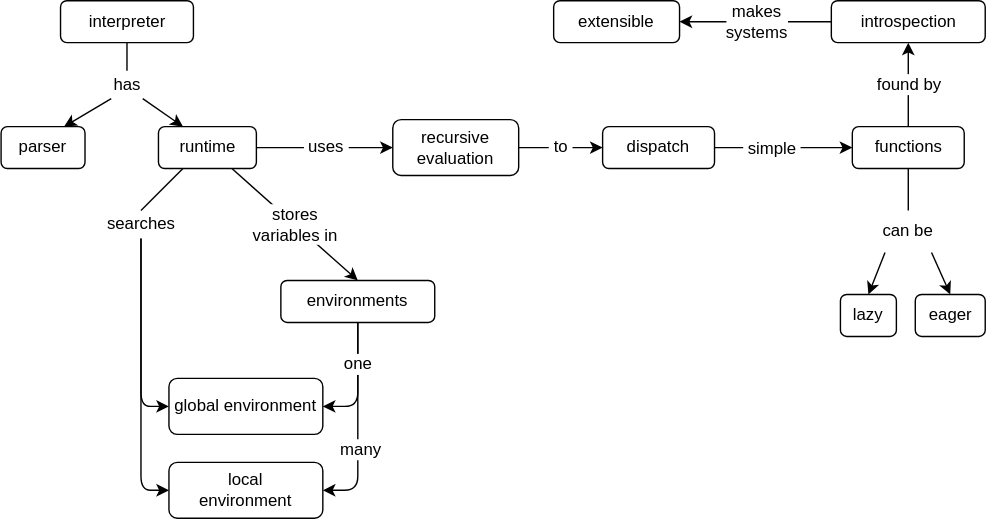
Before: sdxpy/interp/concept_map.svg, a diagram exported from draw.io (gvwilson/thirdbit). Source tidied: cells renumbered, new cells last; positions are measured from the earlier drawing's top-left corner, leaving out a move shared by most shapes.
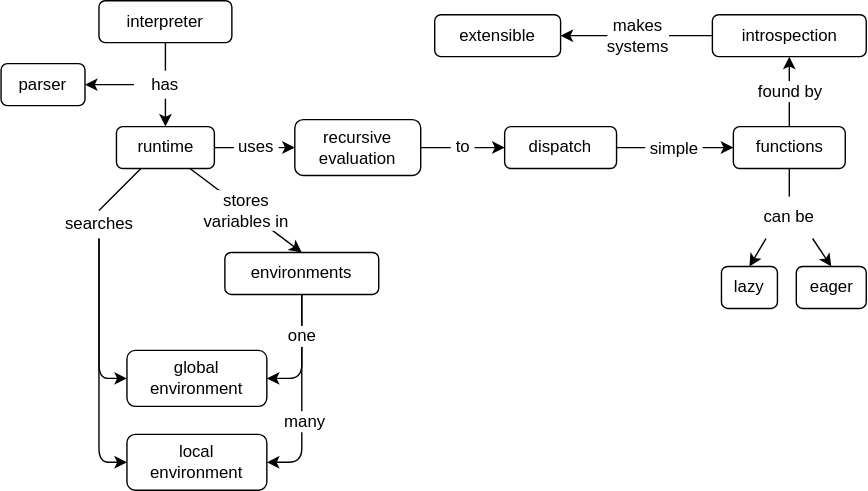
The same diagram one commit later.

The edit, as a diff of the source:
```diff
@@ -2,127 +2,127 @@
   <root>
     <mxCell id="0" />
     <mxCell id="1" parent="0" />
-    <mxCell id="2" value="parser" style="text;html=1;strokeColor=default;fillColor=none;align=center;verticalAlign=middle;whiteSpace=wrap;rounded=1;sketch=0;hachureGap=4;fontFamily=Verdana;fontSize=12;" parent="1" vertex="1">
-      <mxGeometry y="90" width="60" height="30" as="geometry" />
+    <mxCell id="2" value="parser" style="text;html=1;strokeColor=default;fillColor=none;align=center;verticalAlign=middle;whiteSpace=wrap;rounded=1;sketch=0;hachureGap=4;fontFamily=Helvetica;fontSize=12;" parent="1" vertex="1">
+      <mxGeometry x="30" y="75" width="60" height="30" as="geometry" />
     </mxCell>
-    <mxCell id="3" value="runtime" style="text;html=1;strokeColor=default;fillColor=none;align=center;verticalAlign=middle;whiteSpace=wrap;rounded=1;sketch=0;hachureGap=4;fontFamily=Verdana;fontSize=12;" parent="1" vertex="1">
-      <mxGeometry x="112.5" y="90" width="70" height="30" as="geometry" />
+    <mxCell id="3" value="runtime" style="text;html=1;strokeColor=default;fillColor=none;align=center;verticalAlign=middle;whiteSpace=wrap;rounded=1;sketch=0;hachureGap=4;fontFamily=Helvetica;fontSize=12;" parent="1" vertex="1">
+      <mxGeometry x="112.5" y="120" width="70" height="30" as="geometry" />
     </mxCell>
-    <mxCell id="4" value="interpreter" style="text;html=1;strokeColor=default;fillColor=none;align=center;verticalAlign=middle;whiteSpace=wrap;rounded=1;sketch=0;hachureGap=4;fontFamily=Verdana;fontSize=12;" parent="1" vertex="1">
-      <mxGeometry x="42.5" width="95" height="30" as="geometry" />
+    <mxCell id="4" value="interpreter" style="text;html=1;strokeColor=default;fillColor=none;align=center;verticalAlign=middle;whiteSpace=wrap;rounded=1;sketch=0;hachureGap=4;fontFamily=Helvetica;fontSize=12;" parent="1" vertex="1">
+      <mxGeometry x="100" y="30" width="95" height="30" as="geometry" />
     </mxCell>
-    <mxCell id="5" value="recursive evaluation" style="text;html=1;strokeColor=default;fillColor=none;align=center;verticalAlign=middle;whiteSpace=wrap;rounded=1;sketch=0;hachureGap=4;fontFamily=Verdana;fontSize=12;" parent="1" vertex="1">
-      <mxGeometry x="280" y="85" width="90" height="40" as="geometry" />
+    <mxCell id="5" value="recursive evaluation" style="text;html=1;strokeColor=default;fillColor=none;align=center;verticalAlign=middle;whiteSpace=wrap;rounded=1;sketch=0;hachureGap=4;fontFamily=Helvetica;fontSize=12;" parent="1" vertex="1">
+      <mxGeometry x="240" y="115" width="90" height="40" as="geometry" />
     </mxCell>
-    <mxCell id="6" value="dispatch" style="text;html=1;strokeColor=default;fillColor=none;align=center;verticalAlign=middle;whiteSpace=wrap;rounded=1;sketch=0;hachureGap=4;fontFamily=Verdana;fontSize=12;" parent="1" vertex="1">
-      <mxGeometry x="430" y="90" width="80" height="30" as="geometry" />
+    <mxCell id="6" value="dispatch" style="text;html=1;strokeColor=default;fillColor=none;align=center;verticalAlign=middle;whiteSpace=wrap;rounded=1;sketch=0;hachureGap=4;fontFamily=Helvetica;fontSize=12;" parent="1" vertex="1">
+      <mxGeometry x="390" y="120" width="80" height="30" as="geometry" />
     </mxCell>
-    <mxCell id="7" value="environments" style="text;html=1;strokeColor=default;fillColor=none;align=center;verticalAlign=middle;whiteSpace=wrap;rounded=1;sketch=0;hachureGap=4;fontFamily=Verdana;fontSize=12;" parent="1" vertex="1">
-      <mxGeometry x="200" y="200" width="110" height="30" as="geometry" />
+    <mxCell id="7" value="environments" style="text;html=1;strokeColor=default;fillColor=none;align=center;verticalAlign=middle;whiteSpace=wrap;rounded=1;sketch=0;hachureGap=4;fontFamily=Helvetica;fontSize=12;" parent="1" vertex="1">
+      <mxGeometry x="190" y="210" width="110" height="30" as="geometry" />
     </mxCell>
-    <mxCell id="8" value="global environment" style="text;html=1;strokeColor=default;fillColor=none;align=center;verticalAlign=middle;whiteSpace=wrap;rounded=1;sketch=0;hachureGap=4;fontFamily=Verdana;fontSize=12;" parent="1" vertex="1">
-      <mxGeometry x="120" y="270" width="110" height="40" as="geometry" />
+    <mxCell id="8" value="global environment" style="text;html=1;strokeColor=default;fillColor=none;align=center;verticalAlign=middle;whiteSpace=wrap;rounded=1;sketch=0;hachureGap=4;fontFamily=Helvetica;fontSize=12;" parent="1" vertex="1">
+      <mxGeometry x="120" y="280" width="100" height="40" as="geometry" />
     </mxCell>
-    <mxCell id="9" value="local&lt;br style=&quot;font-size: 12px;&quot;&gt;environment" style="text;html=1;strokeColor=default;fillColor=none;align=center;verticalAlign=middle;whiteSpace=wrap;rounded=1;sketch=0;hachureGap=4;fontFamily=Verdana;fontSize=12;" parent="1" vertex="1">
-      <mxGeometry x="120" y="330" width="110" height="40" as="geometry" />
+    <mxCell id="9" value="local&lt;br style=&quot;font-size: 12px;&quot;&gt;environment" style="text;html=1;strokeColor=default;fillColor=none;align=center;verticalAlign=middle;whiteSpace=wrap;rounded=1;sketch=0;hachureGap=4;fontFamily=Helvetica;fontSize=12;" parent="1" vertex="1">
+      <mxGeometry x="120" y="340" width="100" height="40" as="geometry" />
     </mxCell>
-    <mxCell id="10" value="introspection" style="text;html=1;strokeColor=default;fillColor=none;align=center;verticalAlign=middle;whiteSpace=wrap;rounded=1;sketch=0;hachureGap=4;fontFamily=Verdana;fontSize=12;" parent="1" vertex="1">
-      <mxGeometry x="593.5" width="110" height="30" as="geometry" />
+    <mxCell id="10" value="introspection" style="text;html=1;strokeColor=default;fillColor=none;align=center;verticalAlign=middle;whiteSpace=wrap;rounded=1;sketch=0;hachureGap=4;fontFamily=Helvetica;fontSize=12;" parent="1" vertex="1">
+      <mxGeometry x="538.5" y="40" width="110" height="30" as="geometry" />
     </mxCell>
-    <mxCell id="11" value="functions" style="text;html=1;strokeColor=default;fillColor=none;align=center;verticalAlign=middle;whiteSpace=wrap;rounded=1;sketch=0;hachureGap=4;fontFamily=Verdana;fontSize=12;" parent="1" vertex="1">
-      <mxGeometry x="608.5" y="90" width="80" height="30" as="geometry" />
+    <mxCell id="11" value="functions" style="text;html=1;strokeColor=default;fillColor=none;align=center;verticalAlign=middle;whiteSpace=wrap;rounded=1;sketch=0;hachureGap=4;fontFamily=Helvetica;fontSize=12;" parent="1" vertex="1">
+      <mxGeometry x="553.5" y="120" width="80" height="30" as="geometry" />
     </mxCell>
-    <mxCell id="12" value="lazy" style="text;html=1;strokeColor=default;fillColor=none;align=center;verticalAlign=middle;whiteSpace=wrap;rounded=1;sketch=0;hachureGap=4;fontFamily=Verdana;fontSize=12;" parent="1" vertex="1">
-      <mxGeometry x="600" y="210" width="40" height="30" as="geometry" />
+    <mxCell id="12" value="lazy" style="text;html=1;strokeColor=default;fillColor=none;align=center;verticalAlign=middle;whiteSpace=wrap;rounded=1;sketch=0;hachureGap=4;fontFamily=Helvetica;fontSize=12;" parent="1" vertex="1">
+      <mxGeometry x="545" y="220" width="40" height="30" as="geometry" />
     </mxCell>
-    <mxCell id="13" value="eager" style="text;html=1;strokeColor=default;fillColor=none;align=center;verticalAlign=middle;whiteSpace=wrap;rounded=1;sketch=0;hachureGap=4;fontFamily=Verdana;fontSize=12;" parent="1" vertex="1">
-      <mxGeometry x="653.5" y="210" width="50" height="30" as="geometry" />
+    <mxCell id="13" value="eager" style="text;html=1;strokeColor=default;fillColor=none;align=center;verticalAlign=middle;whiteSpace=wrap;rounded=1;sketch=0;hachureGap=4;fontFamily=Helvetica;fontSize=12;" parent="1" vertex="1">
+      <mxGeometry x="598.5" y="220" width="50" height="30" as="geometry" />
     </mxCell>
-    <mxCell id="14" value="extensible" style="text;html=1;strokeColor=default;fillColor=none;align=center;verticalAlign=middle;whiteSpace=wrap;rounded=1;sketch=0;hachureGap=4;fontFamily=Verdana;fontSize=12;" parent="1" vertex="1">
-      <mxGeometry x="395" width="90" height="30" as="geometry" />
+    <mxCell id="14" value="extensible" style="text;html=1;strokeColor=default;fillColor=none;align=center;verticalAlign=middle;whiteSpace=wrap;rounded=1;sketch=0;hachureGap=4;fontFamily=Helvetica;fontSize=12;" parent="1" vertex="1">
+      <mxGeometry x="340" y="40" width="90" height="30" as="geometry" />
     </mxCell>
-    <mxCell id="15" value="has" style="text;html=1;strokeColor=none;fillColor=none;align=center;verticalAlign=middle;whiteSpace=wrap;rounded=0;sketch=1;hachureGap=4;fontFamily=Verdana;fontSize=12;" parent="1" vertex="1">
-      <mxGeometry x="67.5" y="50" width="45" height="20" as="geometry" />
+    <mxCell id="15" value="has" style="text;html=1;strokeColor=none;fillColor=none;align=center;verticalAlign=middle;whiteSpace=wrap;rounded=0;sketch=1;hachureGap=4;fontFamily=Helvetica;fontSize=12;" parent="1" vertex="1">
+      <mxGeometry x="125" y="80" width="45" height="20" as="geometry" />
     </mxCell>
-    <mxCell id="16" style="endArrow=none;html=1;rounded=1;sketch=0;hachureGap=4;fontFamily=Verdana;fontSize=12;sourcePerimeterSpacing=8;targetPerimeterSpacing=8;entryX=0.5;entryY=1;entryDx=0;entryDy=0;exitX=0.5;exitY=0;exitDx=0;exitDy=0;" parent="1" edge="1" source="15" target="4">
+    <mxCell id="16" style="endArrow=none;html=1;rounded=1;sketch=0;hachureGap=4;fontFamily=Helvetica;fontSize=12;sourcePerimeterSpacing=8;targetPerimeterSpacing=8;entryX=0.5;entryY=1;entryDx=0;entryDy=0;exitX=0.5;exitY=0;exitDx=0;exitDy=0;" parent="1" edge="1" source="15" target="4">
       <mxGeometry relative="1" as="geometry" />
     </mxCell>
-    <mxCell id="17" style="endArrow=classic;html=1;rounded=1;sketch=0;hachureGap=4;fontFamily=Verdana;fontSize=12;sourcePerimeterSpacing=8;targetPerimeterSpacing=8;exitX=0.25;exitY=1;exitDx=0;exitDy=0;entryX=0.75;entryY=0;entryDx=0;entryDy=0;" parent="1" edge="1" source="15" target="2">
+    <mxCell id="17" style="endArrow=classic;html=1;rounded=1;sketch=0;hachureGap=4;fontFamily=Helvetica;fontSize=12;sourcePerimeterSpacing=8;targetPerimeterSpacing=8;exitX=0;exitY=0.5;exitDx=0;exitDy=0;entryX=1;entryY=0.5;entryDx=0;entryDy=0;" parent="1" edge="1" source="15" target="2">
       <mxGeometry relative="1" as="geometry" />
     </mxCell>
-    <mxCell id="18" style="endArrow=classic;html=1;rounded=1;sketch=0;hachureGap=4;fontFamily=Verdana;fontSize=12;sourcePerimeterSpacing=8;targetPerimeterSpacing=8;entryX=0.25;entryY=0;entryDx=0;entryDy=0;exitX=0.75;exitY=1;exitDx=0;exitDy=0;" parent="1" edge="1" source="15" target="3">
+    <mxCell id="18" style="endArrow=classic;html=1;rounded=1;sketch=0;hachureGap=4;fontFamily=Helvetica;fontSize=12;sourcePerimeterSpacing=8;targetPerimeterSpacing=8;entryX=0.5;entryY=0;entryDx=0;entryDy=0;exitX=0.5;exitY=1;exitDx=0;exitDy=0;" parent="1" edge="1" source="15" target="3">
       <mxGeometry relative="1" as="geometry" />
     </mxCell>
-    <mxCell id="19" value="&amp;nbsp;uses&amp;nbsp;" style="endArrow=classic;html=1;rounded=1;sketch=0;hachureGap=4;fontFamily=Verdana;fontSize=12;sourcePerimeterSpacing=8;targetPerimeterSpacing=8;exitX=1;exitY=0.5;exitDx=0;exitDy=0;entryX=0;entryY=0.5;entryDx=0;entryDy=0;" parent="1" edge="1" source="3" target="5">
+    <mxCell id="19" value="&amp;nbsp;uses&amp;nbsp;" style="endArrow=classic;html=1;rounded=1;sketch=0;hachureGap=4;fontFamily=Helvetica;fontSize=12;sourcePerimeterSpacing=8;targetPerimeterSpacing=8;exitX=1;exitY=0.5;exitDx=0;exitDy=0;entryX=0;entryY=0.5;entryDx=0;entryDy=0;" parent="1" edge="1" source="3" target="5">
       <mxGeometry relative="1" as="geometry" />
     </mxCell>
-    <mxCell id="20" value="stores&lt;br style=&quot;font-size: 12px;&quot;&gt;variables in" style="endArrow=classic;html=1;rounded=1;sketch=0;hachureGap=4;fontFamily=Verdana;fontSize=12;sourcePerimeterSpacing=8;targetPerimeterSpacing=8;exitX=0.75;exitY=1;exitDx=0;exitDy=0;entryX=0.5;entryY=0;entryDx=0;entryDy=0;" parent="1" edge="1" source="3" target="7">
+    <mxCell id="20" value="stores&lt;br style=&quot;font-size: 12px;&quot;&gt;variables in" style="endArrow=classic;html=1;rounded=1;sketch=0;hachureGap=4;fontFamily=Helvetica;fontSize=12;sourcePerimeterSpacing=8;targetPerimeterSpacing=8;exitX=0.75;exitY=1;exitDx=0;exitDy=0;entryX=0.5;entryY=0;entryDx=0;entryDy=0;" parent="1" edge="1" source="3" target="7">
       <mxGeometry relative="1" as="geometry" />
     </mxCell>
-    <mxCell id="21" value="can be" style="text;html=1;strokeColor=none;fillColor=none;align=center;verticalAlign=middle;whiteSpace=wrap;rounded=0;sketch=1;hachureGap=4;fontFamily=Verdana;fontSize=12;" parent="1" vertex="1">
-      <mxGeometry x="615.2" y="150" width="66.5" height="30" as="geometry" />
+    <mxCell id="21" value="can be" style="text;html=1;strokeColor=none;fillColor=none;align=center;verticalAlign=middle;whiteSpace=wrap;rounded=0;sketch=1;hachureGap=4;fontFamily=Helvetica;fontSize=12;" parent="1" vertex="1">
+      <mxGeometry x="560.2" y="170" width="66.5" height="30" as="geometry" />
     </mxCell>
-    <mxCell id="22" style="endArrow=classic;html=1;rounded=1;sketch=0;hachureGap=4;fontFamily=Verdana;fontSize=12;sourcePerimeterSpacing=8;targetPerimeterSpacing=8;entryX=0.5;entryY=0;entryDx=0;entryDy=0;exitX=0.25;exitY=1;exitDx=0;exitDy=0;" parent="1" edge="1" source="21" target="12">
+    <mxCell id="22" style="endArrow=classic;html=1;rounded=1;sketch=0;hachureGap=4;fontFamily=Helvetica;fontSize=12;sourcePerimeterSpacing=8;targetPerimeterSpacing=8;entryX=0.5;entryY=0;entryDx=0;entryDy=0;exitX=0.25;exitY=1;exitDx=0;exitDy=0;" parent="1" edge="1" source="21" target="12">
       <mxGeometry relative="1" as="geometry" />
     </mxCell>
-    <mxCell id="23" style="endArrow=classic;html=1;rounded=1;sketch=0;hachureGap=4;fontFamily=Verdana;fontSize=12;sourcePerimeterSpacing=8;targetPerimeterSpacing=8;entryX=0.5;entryY=0;entryDx=0;entryDy=0;exitX=0.75;exitY=1;exitDx=0;exitDy=0;" parent="1" edge="1" source="21" target="13">
+    <mxCell id="23" style="endArrow=classic;html=1;rounded=1;sketch=0;hachureGap=4;fontFamily=Helvetica;fontSize=12;sourcePerimeterSpacing=8;targetPerimeterSpacing=8;entryX=0.5;entryY=0;entryDx=0;entryDy=0;exitX=0.75;exitY=1;exitDx=0;exitDy=0;" parent="1" edge="1" source="21" target="13">
       <mxGeometry relative="1" as="geometry" />
     </mxCell>
-    <mxCell id="24" value="found by" style="endArrow=classic;html=1;rounded=1;sketch=0;hachureGap=4;fontFamily=Verdana;fontSize=12;sourcePerimeterSpacing=8;targetPerimeterSpacing=8;exitX=0.5;exitY=0;exitDx=0;exitDy=0;entryX=0.5;entryY=1;entryDx=0;entryDy=0;" parent="1" edge="1" source="11" target="10">
+    <mxCell id="24" value="found by" style="endArrow=classic;html=1;rounded=1;sketch=0;hachureGap=4;fontFamily=Helvetica;fontSize=12;sourcePerimeterSpacing=8;targetPerimeterSpacing=8;exitX=0.5;exitY=0;exitDx=0;exitDy=0;entryX=0.5;entryY=1;entryDx=0;entryDy=0;" parent="1" edge="1" source="11" target="10">
       <mxGeometry relative="1" as="geometry" />
     </mxCell>
-    <mxCell id="25" value="searches" style="text;html=1;strokeColor=none;fillColor=none;align=center;verticalAlign=middle;whiteSpace=wrap;rounded=0;sketch=1;hachureGap=4;fontFamily=Verdana;fontSize=12;" parent="1" vertex="1">
-      <mxGeometry x="67.5" y="150" width="65" height="20" as="geometry" />
+    <mxCell id="25" value="searches" style="text;html=1;strokeColor=none;fillColor=none;align=center;verticalAlign=middle;whiteSpace=wrap;rounded=0;sketch=1;hachureGap=4;fontFamily=Helvetica;fontSize=12;" parent="1" vertex="1">
+      <mxGeometry x="67.5" y="180" width="65" height="20" as="geometry" />
     </mxCell>
-    <mxCell id="26" style="endArrow=none;html=1;rounded=1;sketch=0;hachureGap=4;fontFamily=Verdana;fontSize=12;sourcePerimeterSpacing=8;targetPerimeterSpacing=8;entryX=0.25;entryY=1;entryDx=0;entryDy=0;exitX=0.5;exitY=0;exitDx=0;exitDy=0;" parent="1" edge="1" source="25" target="3">
+    <mxCell id="26" style="endArrow=none;html=1;rounded=1;sketch=0;hachureGap=4;fontFamily=Helvetica;fontSize=12;sourcePerimeterSpacing=8;targetPerimeterSpacing=8;entryX=0.25;entryY=1;entryDx=0;entryDy=0;exitX=0.5;exitY=0;exitDx=0;exitDy=0;" parent="1" edge="1" source="25" target="3">
       <mxGeometry relative="1" as="geometry" />
     </mxCell>
-    <mxCell id="27" style="endArrow=classic;html=1;rounded=1;sketch=0;hachureGap=4;fontFamily=Verdana;fontSize=12;sourcePerimeterSpacing=8;targetPerimeterSpacing=8;entryX=0;entryY=0.5;entryDx=0;entryDy=0;exitX=0.5;exitY=1;exitDx=0;exitDy=0;" parent="1" edge="1" source="25" target="8">
+    <mxCell id="27" style="endArrow=classic;html=1;rounded=1;sketch=0;hachureGap=4;fontFamily=Helvetica;fontSize=12;sourcePerimeterSpacing=8;targetPerimeterSpacing=8;entryX=0;entryY=0.5;entryDx=0;entryDy=0;exitX=0.5;exitY=1;exitDx=0;exitDy=0;" parent="1" edge="1" source="25" target="8">
       <mxGeometry relative="1" as="geometry">
         <Array as="points">
-          <mxPoint x="100" y="290" />
+          <mxPoint x="100" y="300" />
         </Array>
       </mxGeometry>
     </mxCell>
-    <mxCell id="28" style="endArrow=classic;html=1;rounded=1;sketch=0;hachureGap=4;fontFamily=Verdana;fontSize=12;sourcePerimeterSpacing=8;targetPerimeterSpacing=8;exitX=0.5;exitY=1;exitDx=0;exitDy=0;entryX=0;entryY=0.5;entryDx=0;entryDy=0;" parent="1" edge="1" source="25" target="9">
+    <mxCell id="28" style="endArrow=classic;html=1;rounded=1;sketch=0;hachureGap=4;fontFamily=Helvetica;fontSize=12;sourcePerimeterSpacing=8;targetPerimeterSpacing=8;exitX=0.5;exitY=1;exitDx=0;exitDy=0;entryX=0;entryY=0.5;entryDx=0;entryDy=0;" parent="1" edge="1" source="25" target="9">
       <mxGeometry relative="1" as="geometry">
         <Array as="points">
-          <mxPoint x="100" y="350" />
+          <mxPoint x="100" y="360" />
         </Array>
       </mxGeometry>
     </mxCell>
-    <mxCell id="29" style="endArrow=classic;html=1;rounded=1;sketch=0;hachureGap=4;fontFamily=Verdana;fontSize=12;sourcePerimeterSpacing=8;targetPerimeterSpacing=8;exitX=0.5;exitY=1;exitDx=0;exitDy=0;entryX=1;entryY=0.5;entryDx=0;entryDy=0;" parent="1" edge="1" source="7" target="9">
+    <mxCell id="29" style="endArrow=classic;html=1;rounded=1;sketch=0;hachureGap=4;fontFamily=Helvetica;fontSize=12;sourcePerimeterSpacing=8;targetPerimeterSpacing=8;exitX=0.5;exitY=1;exitDx=0;exitDy=0;entryX=1;entryY=0.5;entryDx=0;entryDy=0;" parent="1" edge="1" source="7" target="9">
       <mxGeometry relative="1" as="geometry">
         <Array as="points">
-          <mxPoint x="255" y="350" />
+          <mxPoint x="245" y="360" />
         </Array>
       </mxGeometry>
     </mxCell>
-    <mxCell id="30" value="many" style="edgeLabel;html=1;align=center;verticalAlign=middle;fontSize=12;fontFamily=Verdana;" parent="29" vertex="1">
+    <mxCell id="30" value="many" style="edgeLabel;html=1;align=center;verticalAlign=middle;fontSize=12;fontFamily=Helvetica;" parent="29" vertex="1">
       <mxGeometry x="0.24" y="1" relative="1" as="geometry" />
     </mxCell>
-    <mxCell id="31" value="one" style="endArrow=classic;html=1;rounded=1;sketch=0;hachureGap=4;fontFamily=Verdana;fontSize=12;sourcePerimeterSpacing=8;targetPerimeterSpacing=8;entryX=1;entryY=0.5;entryDx=0;entryDy=0;exitX=0.5;exitY=1;exitDx=0;exitDy=0;" parent="1" edge="1" source="7" target="8">
+    <mxCell id="31" value="one" style="endArrow=classic;html=1;rounded=1;sketch=0;hachureGap=4;fontFamily=Helvetica;fontSize=12;sourcePerimeterSpacing=8;targetPerimeterSpacing=8;entryX=1;entryY=0.5;entryDx=0;entryDy=0;exitX=0.5;exitY=1;exitDx=0;exitDy=0;" parent="1" edge="1" source="7" target="8">
       <mxGeometry x="-0.29" relative="1" as="geometry">
         <Array as="points">
-          <mxPoint x="255" y="290" />
+          <mxPoint x="245" y="300" />
         </Array>
       </mxGeometry>
     </mxCell>
-    <mxCell id="32" value="&amp;nbsp;to&amp;nbsp;" style="endArrow=classic;html=1;rounded=1;sketch=0;hachureGap=4;fontFamily=Verdana;fontSize=12;sourcePerimeterSpacing=8;targetPerimeterSpacing=8;exitX=1;exitY=0.5;exitDx=0;exitDy=0;entryX=0;entryY=0.5;entryDx=0;entryDy=0;" parent="1" edge="1" source="5" target="6">
+    <mxCell id="32" value="&amp;nbsp;to&amp;nbsp;" style="endArrow=classic;html=1;rounded=1;sketch=0;hachureGap=4;fontFamily=Helvetica;fontSize=12;sourcePerimeterSpacing=8;targetPerimeterSpacing=8;exitX=1;exitY=0.5;exitDx=0;exitDy=0;entryX=0;entryY=0.5;entryDx=0;entryDy=0;" parent="1" edge="1" source="5" target="6">
       <mxGeometry relative="1" as="geometry" />
     </mxCell>
-    <mxCell id="33" style="endArrow=none;html=1;rounded=1;sketch=0;hachureGap=4;fontFamily=Verdana;fontSize=12;sourcePerimeterSpacing=8;targetPerimeterSpacing=8;entryX=0.5;entryY=0;entryDx=0;entryDy=0;exitX=0.5;exitY=1;exitDx=0;exitDy=0;" parent="1" edge="1" source="11" target="21">
+    <mxCell id="33" style="endArrow=none;html=1;rounded=1;sketch=0;hachureGap=4;fontFamily=Helvetica;fontSize=12;sourcePerimeterSpacing=8;targetPerimeterSpacing=8;entryX=0.5;entryY=0;entryDx=0;entryDy=0;exitX=0.5;exitY=1;exitDx=0;exitDy=0;" parent="1" edge="1" source="11" target="21">
       <mxGeometry relative="1" as="geometry" />
     </mxCell>
-    <mxCell id="34" style="endArrow=classic;html=1;rounded=1;sketch=0;hachureGap=4;fontFamily=Verdana;fontSize=12;sourcePerimeterSpacing=8;targetPerimeterSpacing=8;entryX=0;entryY=0.5;entryDx=0;entryDy=0;exitX=1;exitY=0.5;exitDx=0;exitDy=0;" parent="1" edge="1" source="6" target="11">
+    <mxCell id="34" style="endArrow=classic;html=1;rounded=1;sketch=0;hachureGap=4;fontFamily=Helvetica;fontSize=12;sourcePerimeterSpacing=8;targetPerimeterSpacing=8;entryX=0;entryY=0.5;entryDx=0;entryDy=0;exitX=1;exitY=0.5;exitDx=0;exitDy=0;" parent="1" edge="1" source="6" target="11">
       <mxGeometry relative="1" as="geometry" />
     </mxCell>
-    <mxCell id="35" value="&amp;nbsp;simple&amp;nbsp;" style="edgeLabel;html=1;align=center;verticalAlign=middle;fontSize=12;fontFamily=Verdana;" parent="34" vertex="1">
+    <mxCell id="35" value="&amp;nbsp;simple&amp;nbsp;" style="edgeLabel;html=1;align=center;verticalAlign=middle;fontSize=12;fontFamily=Helvetica;" parent="34" vertex="1">
       <mxGeometry x="0.04" y="2" relative="1" as="geometry">
-        <mxPoint x="-11" y="2" as="offset" />
+        <mxPoint x="-3" y="2" as="offset" />
       </mxGeometry>
     </mxCell>
-    <mxCell id="36" value="makes&lt;br style=&quot;font-size: 12px;&quot;&gt;systems" style="endArrow=classic;html=1;rounded=1;sketch=0;hachureGap=4;fontFamily=Verdana;fontSize=12;sourcePerimeterSpacing=8;targetPerimeterSpacing=8;entryX=1;entryY=0.5;entryDx=0;entryDy=0;exitX=0;exitY=0.5;exitDx=0;exitDy=0;" parent="1" edge="1" source="10" target="14">
+    <mxCell id="36" value="makes&lt;br style=&quot;font-size: 12px;&quot;&gt;systems" style="endArrow=classic;html=1;rounded=1;sketch=0;hachureGap=4;fontFamily=Helvetica;fontSize=12;sourcePerimeterSpacing=8;targetPerimeterSpacing=8;entryX=1;entryY=0.5;entryDx=0;entryDy=0;exitX=0;exitY=0.5;exitDx=0;exitDy=0;" parent="1" edge="1" source="10" target="14">
       <mxGeometry relative="1" as="geometry" />
     </mxCell>
   </root>
```
